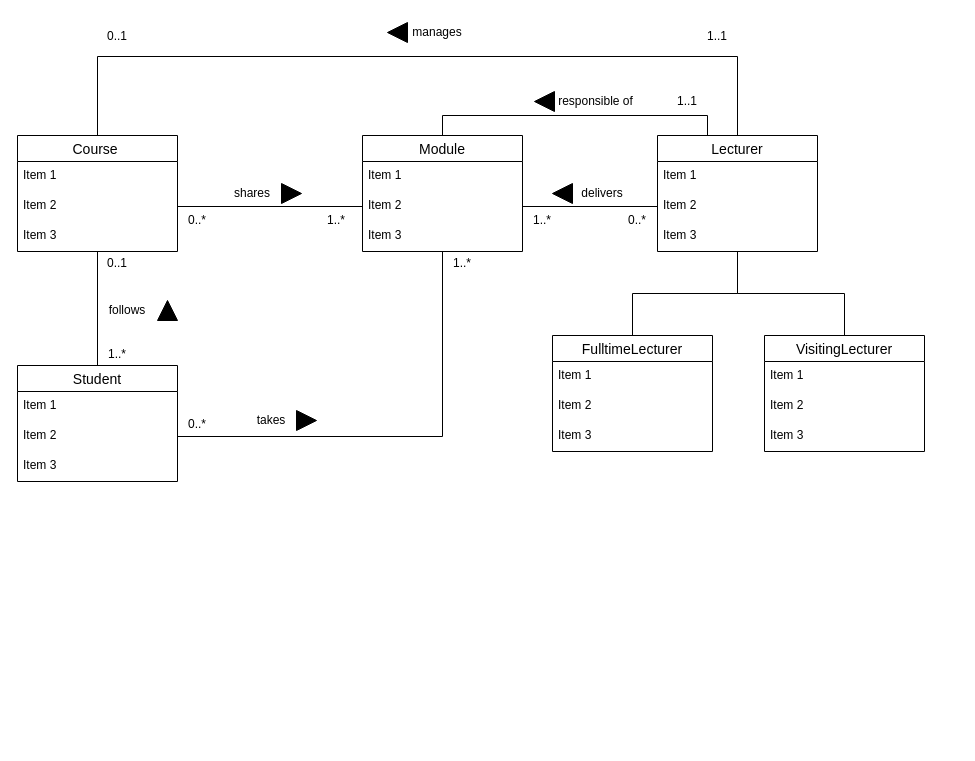
Earlier version of the draw.io diagram page "MyAnswers" (2 of 2) of Tutorial 2/Tutorial2_Exercise2.drawio (ChitharaKarunasekera/DatabaseSystemsTutorials). Source tidied: cells renumbered, new cells numbered last; positions are measured from the earlier drawing's top-left corner, leaving out a move shared by most shapes. Both pictures are drawn from the tidied source at 100%, with x=0, y=0 at pixel (17, 17).
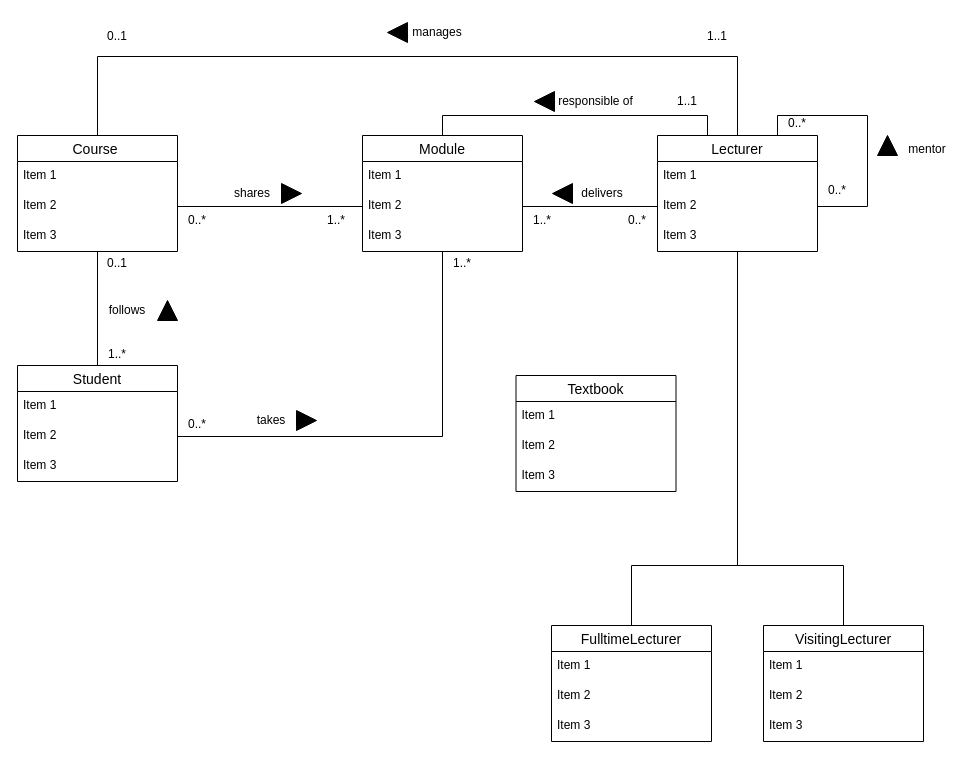
The same diagram, later.

Commit message:
added textbook entity

Unchanged cells that the change refers to:
```xml
<mxCell id="33" value="Lecturer" style="swimlane;fontStyle=0;horizontal=1;startSize=26;align=center;fontSize=14;" parent="1" vertex="1">
  <mxGeometry x="640" y="118" width="160" height="116" as="geometry" />
</mxCell>
<mxCell id="35" value="Item 2" style="text;strokeColor=none;fillColor=none;spacingLeft=4;spacingRight=4;overflow=hidden;points=[[0,0.5],[1,0.5]];portConstraint=eastwest;fontSize=12;" parent="33" vertex="1">
  <mxGeometry y="56" width="160" height="30" as="geometry" />
</mxCell>
```

Change to the diagram source:
```diff
@@
     <mxCell id="29" style="edgeStyle=orthogonalEdgeStyle;rounded=0;jettySize=auto;html=1;entryX=0.5;entryY=0;entryDx=0;entryDy=0;endArrow=none;endFill=0;" parent="1" edge="1" source="33" target="42">
-      <mxGeometry relative="1" as="geometry" />
+      <mxGeometry relative="1" as="geometry">
+        <Array as="points">
+          <mxPoint x="720" y="548" />
+          <mxPoint x="614" y="548" />
+        </Array>
+      </mxGeometry>
     </mxCell>
     <mxCell id="30" style="edgeStyle=orthogonalEdgeStyle;rounded=0;jettySize=auto;html=1;endArrow=none;endFill=0;" parent="1" edge="1" source="33" target="46">
-      <mxGeometry relative="1" as="geometry" />
+      <mxGeometry relative="1" as="geometry">
+        <Array as="points">
+          <mxPoint x="720" y="548" />
+          <mxPoint x="826" y="548" />
+        </Array>
+      </mxGeometry>
     </mxCell>
@@
+    <mxCell id="57" style="edgeStyle=orthogonalEdgeStyle;rounded=0;jettySize=auto;html=1;exitX=0.75;exitY=0;exitDx=0;exitDy=0;entryX=1;entryY=0.5;entryDx=0;entryDy=0;endArrow=none;endFill=0;" parent="33" edge="1" source="33" target="35">
+      <mxGeometry relative="1" as="geometry">
+        <Array as="points">
+          <mxPoint x="120" y="-20" />
+          <mxPoint x="210" y="-20" />
+          <mxPoint x="210" y="71" />
+        </Array>
+      </mxGeometry>
+    </mxCell>
@@
     <mxCell id="42" value="FulltimeLecturer" style="swimlane;fontStyle=0;horizontal=1;startSize=26;align=center;fontSize=14;" parent="1" vertex="1">
-      <mxGeometry x="535" y="318" width="160" height="116" as="geometry" />
+      <mxGeometry x="534" y="608" width="160" height="116" as="geometry" />
     </mxCell>
@@
     <mxCell id="46" value="VisitingLecturer" style="swimlane;fontStyle=0;horizontal=1;startSize=26;align=center;fontSize=14;" parent="1" vertex="1">
-      <mxGeometry x="747" y="318" width="160" height="116" as="geometry" />
+      <mxGeometry x="746" y="608" width="160" height="116" as="geometry" />
     </mxCell>
@@
+    <mxCell id="58" value="mentor" style="text;html=1;strokeColor=none;fillColor=none;align=center;verticalAlign=middle;whiteSpace=wrap;rounded=0;" parent="1" vertex="1">
+      <mxGeometry x="880" y="117" width="60" height="30" as="geometry" />
+    </mxCell>
+    <mxCell id="59" style="triangle;whiteSpace=wrap;html=1;fillColor=#000000;rotation=0;direction=north;" parent="1" vertex="1">
+      <mxGeometry x="860" y="118" width="20" height="20" as="geometry" />
+    </mxCell>
+    <mxCell id="60" value="0..*" style="text;html=1;strokeColor=none;fillColor=none;align=center;verticalAlign=middle;whiteSpace=wrap;rounded=0;" parent="1" vertex="1">
+      <mxGeometry x="760" y="94" width="40" height="23" as="geometry" />
+    </mxCell>
+    <mxCell id="61" value="0..*" style="text;html=1;strokeColor=none;fillColor=none;align=center;verticalAlign=middle;whiteSpace=wrap;rounded=0;" parent="1" vertex="1">
+      <mxGeometry x="800" y="161" width="40" height="23" as="geometry" />
+    </mxCell>
+    <mxCell id="62" value="Textbook" style="swimlane;fontStyle=0;horizontal=1;startSize=26;align=center;fontSize=14;" parent="1" vertex="1">
+      <mxGeometry x="498.5" y="358" width="160" height="116" as="geometry" />
+    </mxCell>
+    <mxCell id="63" value="Item 1" style="text;strokeColor=none;fillColor=none;spacingLeft=4;spacingRight=4;overflow=hidden;fontSize=12;" parent="62" vertex="1">
+      <mxGeometry y="26" width="160" height="30" as="geometry" />
+    </mxCell>
+    <mxCell id="64" value="Item 2" style="text;strokeColor=none;fillColor=none;spacingLeft=4;spacingRight=4;overflow=hidden;fontSize=12;" parent="62" vertex="1">
+      <mxGeometry y="56" width="160" height="30" as="geometry" />
+    </mxCell>
+    <mxCell id="65" value="Item 3" style="text;strokeColor=none;fillColor=none;spacingLeft=4;spacingRight=4;overflow=hidden;fontSize=12;" parent="62" vertex="1">
+      <mxGeometry y="86" width="160" height="30" as="geometry" />
+    </mxCell>
```
